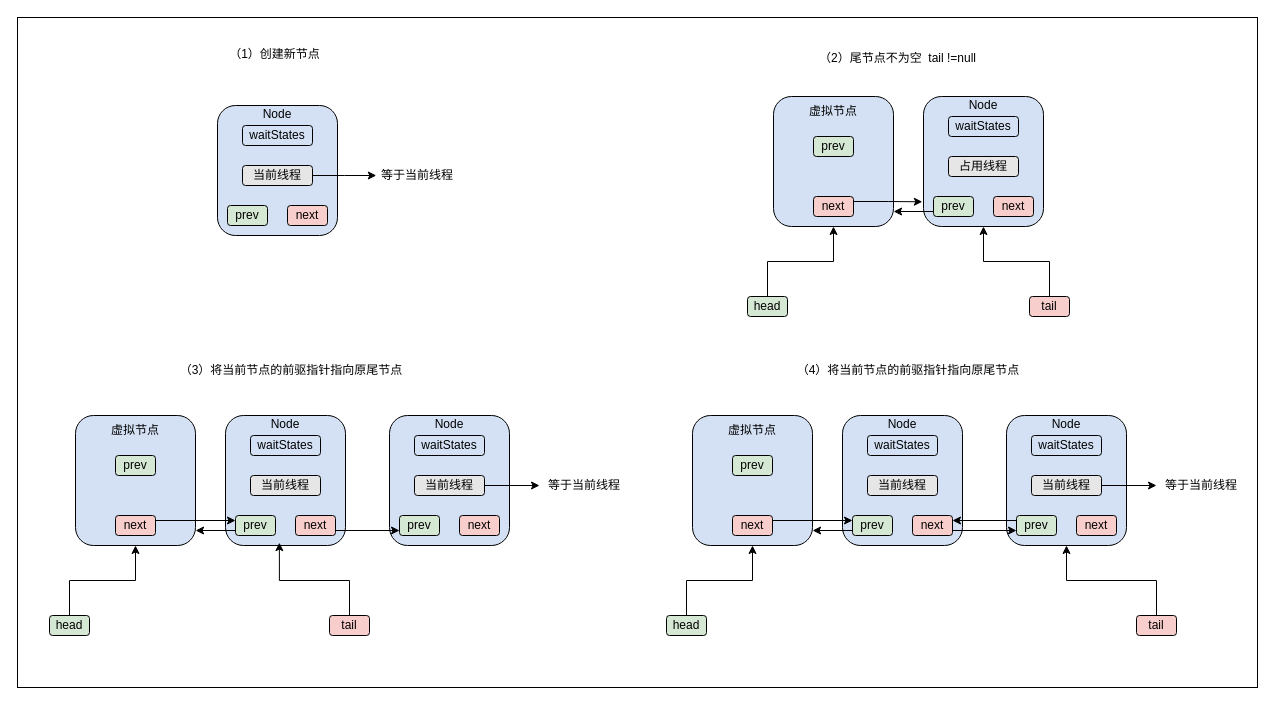
This is page "第 4 页" (4 of 4) of 卖场/reentrantlock.drawio from lxcy-kdz/draw, a draw.io file, before an edit. Source tidied: cells renumbered, new cells numbered last; positions are measured from the earlier drawing's top-left corner, leaving out a move shared by most shapes. Both pictures are drawn from the tidied source at 100%, with x=0, y=0 at pixel (17, 17).
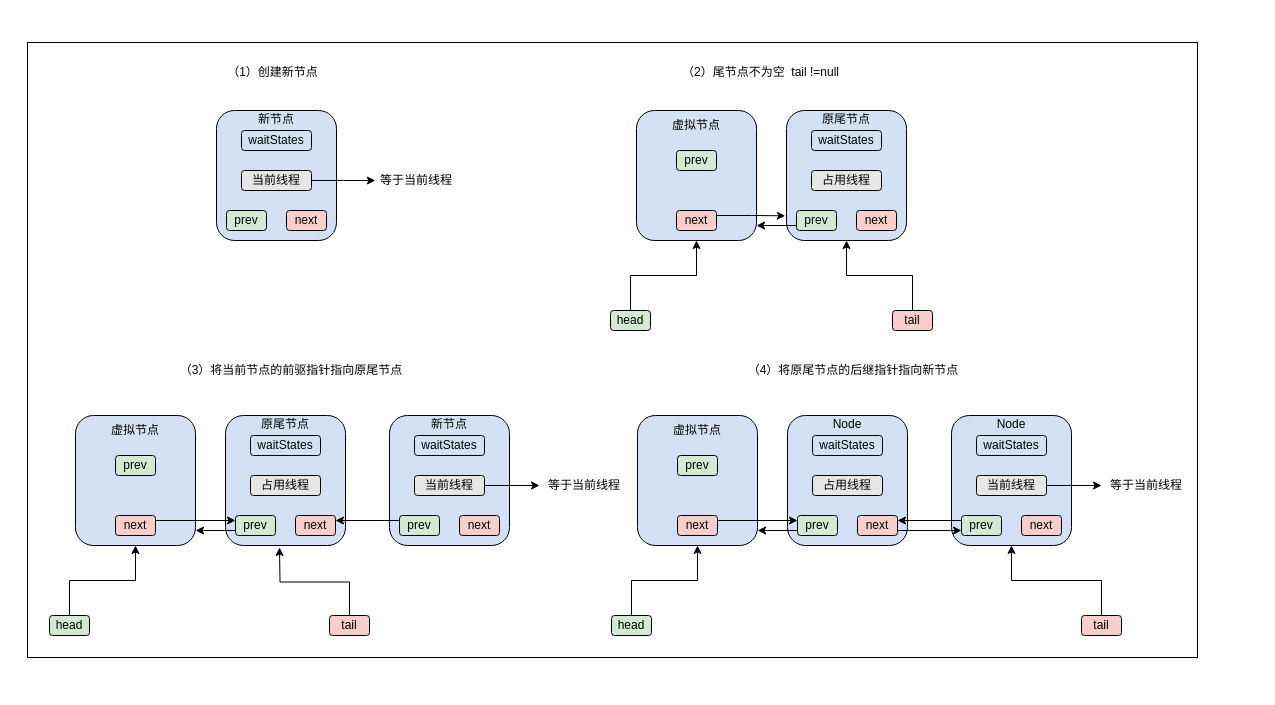
The same diagram, later.

Unchanged cells that the change refers to:
```xml
<mxCell id="23" style="rounded=1;whiteSpace=wrap;html=1;fillColor=#D4E1F5;" parent="1" vertex="1">
  <mxGeometry x="208" y="398" width="120" height="130" as="geometry" />
</mxCell>
<mxCell id="28" value="next" style="rounded=1;whiteSpace=wrap;html=1;fillColor=#F8CECC;" parent="1" vertex="1">
  <mxGeometry x="278" y="498" width="40" height="20" as="geometry" />
</mxCell>
<mxCell id="38" value="tail" style="rounded=1;whiteSpace=wrap;html=1;fillColor=#F8CECC;" parent="1" vertex="1">
  <mxGeometry x="312" y="598" width="40" height="20" as="geometry" />
</mxCell>
<mxCell id="51" value="prev" style="rounded=1;whiteSpace=wrap;html=1;fillColor=#D5E8D4;" parent="1" vertex="1">
  <mxGeometry x="382" y="498" width="40" height="20" as="geometry" />
</mxCell>
```

What changed in the source:
```diff
@@
-    <mxCell id="2" style="rounded=0;whiteSpace=wrap;html=1;" parent="1" vertex="1">
-      <mxGeometry width="1240" height="670" as="geometry" />
-    </mxCell>
+    <mxCell id="82" style="rounded=0;whiteSpace=wrap;html=1;" parent="1" vertex="1">
+      <mxGeometry x="10" y="25" width="1170" height="615" as="geometry" />
+    </mxCell>
@@
     <mxCell id="4" value="（1）创建新节点" style="text;html=1;align=center;verticalAlign=middle;whiteSpace=wrap;rounded=0;" parent="1" vertex="1">
-      <mxGeometry x="204" y="22" width="106.8" height="30" as="geometry" />
+      <mxGeometry x="202.2" y="40" width="106.8" height="30" as="geometry" />
     </mxCell>
     <mxCell id="5" value="（2）尾节点不为空&amp;nbsp; tail !=null" style="text;html=1;align=center;verticalAlign=middle;whiteSpace=wrap;rounded=0;" parent="1" vertex="1">
-      <mxGeometry x="731" y="26" width="299" height="30" as="geometry" />
+      <mxGeometry x="594" y="40" width="299" height="30" as="geometry" />
     </mxCell>
     <mxCell id="6" style="rounded=1;whiteSpace=wrap;html=1;fillColor=#D4E1F5;" parent="1" vertex="1">
-      <mxGeometry x="906" y="79" width="120" height="130" as="geometry" />
+      <mxGeometry x="769" y="93" width="120" height="130" as="geometry" />
     </mxCell>
     <mxCell id="7" value="waitStates" style="rounded=1;whiteSpace=wrap;html=1;fillColor=#D4E1F5;" parent="1" vertex="1">
-      <mxGeometry x="931" y="99" width="70" height="20" as="geometry" />
+      <mxGeometry x="794" y="113" width="70" height="20" as="geometry" />
     </mxCell>
     <mxCell id="8" value="占用线程" style="rounded=1;whiteSpace=wrap;html=1;fillColor=#E6E6E6;" parent="1" vertex="1">
-      <mxGeometry x="931" y="139" width="70" height="20" as="geometry" />
+      <mxGeometry x="794" y="153" width="70" height="20" as="geometry" />
     </mxCell>
     <mxCell id="9" value="prev" style="rounded=1;whiteSpace=wrap;html=1;fillColor=#D5E8D4;" parent="1" vertex="1">
-      <mxGeometry x="916" y="179" width="40" height="20" as="geometry" />
+      <mxGeometry x="779" y="193" width="40" height="20" as="geometry" />
     </mxCell>
     <mxCell id="10" value="next" style="rounded=1;whiteSpace=wrap;html=1;fillColor=#F8CECC;" parent="1" vertex="1">
-      <mxGeometry x="976" y="179" width="40" height="20" as="geometry" />
+      <mxGeometry x="839" y="193" width="40" height="20" as="geometry" />
     </mxCell>
     <mxCell id="11" style="rounded=1;whiteSpace=wrap;html=1;fillColor=#D4E1F5;" parent="1" vertex="1">
-      <mxGeometry x="756" y="79" width="120" height="130" as="geometry" />
+      <mxGeometry x="619" y="93" width="120" height="130" as="geometry" />
     </mxCell>
     <mxCell id="12" value="prev" style="rounded=1;whiteSpace=wrap;html=1;fillColor=#D5E8D4;" parent="1" vertex="1">
-      <mxGeometry x="796" y="119" width="40" height="20" as="geometry" />
+      <mxGeometry x="659" y="133" width="40" height="20" as="geometry" />
     </mxCell>
     <mxCell id="13" value="next" style="rounded=1;whiteSpace=wrap;html=1;fillColor=#F8CECC;" parent="1" vertex="1">
-      <mxGeometry x="796" y="179" width="40" height="20" as="geometry" />
+      <mxGeometry x="659" y="193" width="40" height="20" as="geometry" />
     </mxCell>
     <mxCell id="14" value="虚拟节点" style="text;html=1;align=center;verticalAlign=middle;whiteSpace=wrap;rounded=0;" parent="1" vertex="1">
-      <mxGeometry x="786" y="79" width="60" height="30" as="geometry" />
+      <mxGeometry x="649" y="93" width="60" height="30" as="geometry" />
     </mxCell>
-    <mxCell id="15" value="Node" style="text;html=1;align=center;verticalAlign=middle;whiteSpace=wrap;rounded=0;" parent="1" vertex="1">
-      <mxGeometry x="936" y="73" width="60" height="30" as="geometry" />
+    <mxCell id="15" value="原尾节点" style="text;html=1;align=center;verticalAlign=middle;whiteSpace=wrap;rounded=0;" parent="1" vertex="1">
+      <mxGeometry x="799" y="87" width="60" height="30" as="geometry" />
     </mxCell>
@@
     <mxCell id="18" value="head" style="rounded=1;whiteSpace=wrap;html=1;fillColor=#D5E8D4;" parent="1" vertex="1">
-      <mxGeometry x="730" y="279" width="40" height="20" as="geometry" />
+      <mxGeometry x="593" y="293" width="40" height="20" as="geometry" />
     </mxCell>
@@
     <mxCell id="20" value="tail" style="rounded=1;whiteSpace=wrap;html=1;fillColor=#F8CECC;" parent="1" vertex="1">
-      <mxGeometry x="1012" y="279" width="40" height="20" as="geometry" />
+      <mxGeometry x="875" y="293" width="40" height="20" as="geometry" />
     </mxCell>
@@
-    <mxCell id="25" value="当前线程" style="rounded=1;whiteSpace=wrap;html=1;fillColor=#E6E6E6;" parent="1" vertex="1">
+    <mxCell id="25" value="占用线程" style="rounded=1;whiteSpace=wrap;html=1;fillColor=#E6E6E6;" parent="1" vertex="1">
       <mxGeometry x="233" y="458" width="70" height="20" as="geometry" />
     </mxCell>
@@
-    <mxCell id="27" style="edgeStyle=orthogonalEdgeStyle;rounded=0;jettySize=auto;html=1;exitX=1;exitY=0.75;exitDx=0;exitDy=0;entryX=0;entryY=0.75;entryDx=0;entryDy=0;" parent="1" edge="1" source="28" target="51">
-      <mxGeometry relative="1" as="geometry" />
-    </mxCell>
@@
-    <mxCell id="34" value="Node" style="text;html=1;align=center;verticalAlign=middle;whiteSpace=wrap;rounded=0;" parent="1" vertex="1">
+    <mxCell id="34" value="原尾节点" style="text;html=1;align=center;verticalAlign=middle;whiteSpace=wrap;rounded=0;" parent="1" vertex="1">
       <mxGeometry x="238" y="392" width="60" height="30" as="geometry" />
     </mxCell>
@@
-    <mxCell id="39" style="rounded=0;jettySize=auto;html=1;exitX=0.5;exitY=0;exitDx=0;exitDy=0;entryX=0.449;entryY=0.978;entryDx=0;entryDy=0;entryPerimeter=0;edgeStyle=orthogonalEdgeStyle;" parent="1" edge="1" source="38" target="23">
-      <mxGeometry relative="1" as="geometry" />
+    <mxCell id="39" style="rounded=0;jettySize=auto;html=1;exitX=0.5;exitY=0;exitDx=0;exitDy=0;edgeStyle=orthogonalEdgeStyle;" parent="1" edge="1" source="38">
+      <mxGeometry relative="1" as="geometry">
+        <mxPoint x="262" y="530" as="targetPoint" />
+      </mxGeometry>
     </mxCell>
     <mxCell id="40" style="rounded=1;whiteSpace=wrap;html=1;fillColor=#D4E1F5;" parent="1" vertex="1">
-      <mxGeometry x="200" y="88" width="120" height="130" as="geometry" />
+      <mxGeometry x="199" y="93" width="120" height="130" as="geometry" />
     </mxCell>
     <mxCell id="41" value="waitStates" style="rounded=1;whiteSpace=wrap;html=1;fillColor=#D4E1F5;" parent="1" vertex="1">
-      <mxGeometry x="225" y="108" width="70" height="20" as="geometry" />
+      <mxGeometry x="224" y="113" width="70" height="20" as="geometry" />
     </mxCell>
     <mxCell id="42" style="edgeStyle=orthogonalEdgeStyle;rounded=0;jettySize=auto;html=1;exitX=1;exitY=0.5;exitDx=0;exitDy=0;" parent="1" edge="1" source="43">
       <mxGeometry relative="1" as="geometry">
-        <mxPoint x="358.8" y="158" as="targetPoint" />
+        <mxPoint x="357.8" y="163" as="targetPoint" />
       </mxGeometry>
     </mxCell>
     <mxCell id="43" value="当前线程" style="rounded=1;whiteSpace=wrap;html=1;fillColor=#E6E6E6;" parent="1" vertex="1">
-      <mxGeometry x="225" y="148" width="70" height="20" as="geometry" />
+      <mxGeometry x="224" y="153" width="70" height="20" as="geometry" />
     </mxCell>
     <mxCell id="44" value="prev" style="rounded=1;whiteSpace=wrap;html=1;fillColor=#D5E8D4;" parent="1" vertex="1">
-      <mxGeometry x="210" y="188" width="40" height="20" as="geometry" />
+      <mxGeometry x="209" y="193" width="40" height="20" as="geometry" />
     </mxCell>
     <mxCell id="45" value="next" style="rounded=1;whiteSpace=wrap;html=1;fillColor=#F8CECC;" parent="1" vertex="1">
-      <mxGeometry x="270" y="188" width="40" height="20" as="geometry" />
+      <mxGeometry x="269" y="193" width="40" height="20" as="geometry" />
     </mxCell>
-    <mxCell id="46" value="Node" style="text;html=1;align=center;verticalAlign=middle;whiteSpace=wrap;rounded=0;" parent="1" vertex="1">
-      <mxGeometry x="230" y="82" width="60" height="30" as="geometry" />
+    <mxCell id="46" value="新节点" style="text;html=1;align=center;verticalAlign=middle;whiteSpace=wrap;rounded=0;" parent="1" vertex="1">
+      <mxGeometry x="229" y="87" width="60" height="30" as="geometry" />
     </mxCell>
     <mxCell id="47" value="等于当前线程" style="text;html=1;align=center;verticalAlign=middle;whiteSpace=wrap;rounded=0;" parent="1" vertex="1">
-      <mxGeometry x="359.8" y="143" width="80" height="30" as="geometry" />
+      <mxGeometry x="358.8" y="148" width="80" height="30" as="geometry" />
     </mxCell>
@@
+    <mxCell id="83" style="edgeStyle=orthogonalEdgeStyle;rounded=0;jettySize=auto;html=1;exitX=0;exitY=0.25;exitDx=0;exitDy=0;entryX=1;entryY=0.25;entryDx=0;entryDy=0;" parent="1" edge="1" source="51" target="28">
+      <mxGeometry relative="1" as="geometry" />
+    </mxCell>
@@
-    <mxCell id="53" value="Node" style="text;html=1;align=center;verticalAlign=middle;whiteSpace=wrap;rounded=0;" parent="1" vertex="1">
+    <mxCell id="53" value="新节点" style="text;html=1;align=center;verticalAlign=middle;whiteSpace=wrap;rounded=0;" parent="1" vertex="1">
       <mxGeometry x="402" y="392" width="60" height="30" as="geometry" />
     </mxCell>
@@
     <mxCell id="55" style="rounded=1;whiteSpace=wrap;html=1;fillColor=#D4E1F5;" parent="1" vertex="1">
-      <mxGeometry x="989" y="398" width="120" height="130" as="geometry" />
+      <mxGeometry x="934" y="398" width="120" height="130" as="geometry" />
     </mxCell>
-    <mxCell id="56" value="（4）将当前节点的前驱指针指向原尾节点" style="text;html=1;align=center;verticalAlign=middle;whiteSpace=wrap;rounded=0;" parent="1" vertex="1">
-      <mxGeometry x="774" y="338" width="234" height="30" as="geometry" />
+    <mxCell id="56" value="（4）将原尾节点的后继指针指向新节点" style="text;html=1;align=center;verticalAlign=middle;whiteSpace=wrap;rounded=0;" parent="1" vertex="1">
+      <mxGeometry x="719" y="338" width="234" height="30" as="geometry" />
     </mxCell>
     <mxCell id="57" style="rounded=1;whiteSpace=wrap;html=1;fillColor=#D4E1F5;" parent="1" vertex="1">
-      <mxGeometry x="825" y="398" width="120" height="130" as="geometry" />
+      <mxGeometry x="770" y="398" width="120" height="130" as="geometry" />
     </mxCell>
     <mxCell id="58" value="waitStates" style="rounded=1;whiteSpace=wrap;html=1;fillColor=#D4E1F5;" parent="1" vertex="1">
-      <mxGeometry x="850" y="418" width="70" height="20" as="geometry" />
+      <mxGeometry x="795" y="418" width="70" height="20" as="geometry" />
     </mxCell>
-    <mxCell id="59" value="当前线程" style="rounded=1;whiteSpace=wrap;html=1;fillColor=#E6E6E6;" parent="1" vertex="1">
-      <mxGeometry x="850" y="458" width="70" height="20" as="geometry" />
+    <mxCell id="59" value="占用线程" style="rounded=1;whiteSpace=wrap;html=1;fillColor=#E6E6E6;" parent="1" vertex="1">
+      <mxGeometry x="795" y="458" width="70" height="20" as="geometry" />
     </mxCell>
     <mxCell id="60" value="prev" style="rounded=1;whiteSpace=wrap;html=1;fillColor=#D5E8D4;" parent="1" vertex="1">
-      <mxGeometry x="835" y="498" width="40" height="20" as="geometry" />
+      <mxGeometry x="780" y="498" width="40" height="20" as="geometry" />
     </mxCell>
@@
     <mxCell id="62" value="next" style="rounded=1;whiteSpace=wrap;html=1;fillColor=#F8CECC;" parent="1" vertex="1">
-      <mxGeometry x="895" y="498" width="40" height="20" as="geometry" />
+      <mxGeometry x="840" y="498" width="40" height="20" as="geometry" />
     </mxCell>
     <mxCell id="63" style="rounded=1;whiteSpace=wrap;html=1;fillColor=#D4E1F5;" parent="1" vertex="1">
-      <mxGeometry x="675" y="398" width="120" height="130" as="geometry" />
+      <mxGeometry x="620" y="398" width="120" height="130" as="geometry" />
     </mxCell>
     <mxCell id="64" value="prev" style="rounded=1;whiteSpace=wrap;html=1;fillColor=#D5E8D4;" parent="1" vertex="1">
-      <mxGeometry x="715" y="438" width="40" height="20" as="geometry" />
+      <mxGeometry x="660" y="438" width="40" height="20" as="geometry" />
     </mxCell>
@@
     <mxCell id="66" value="next" style="rounded=1;whiteSpace=wrap;html=1;fillColor=#F8CECC;" parent="1" vertex="1">
-      <mxGeometry x="715" y="498" width="40" height="20" as="geometry" />
+      <mxGeometry x="660" y="498" width="40" height="20" as="geometry" />
     </mxCell>
     <mxCell id="67" value="虚拟节点" style="text;html=1;align=center;verticalAlign=middle;whiteSpace=wrap;rounded=0;" parent="1" vertex="1">
-      <mxGeometry x="705" y="398" width="60" height="30" as="geometry" />
+      <mxGeometry x="650" y="398" width="60" height="30" as="geometry" />
     </mxCell>
     <mxCell id="68" value="Node" style="text;html=1;align=center;verticalAlign=middle;whiteSpace=wrap;rounded=0;" parent="1" vertex="1">
-      <mxGeometry x="855" y="392" width="60" height="30" as="geometry" />
+      <mxGeometry x="800" y="392" width="60" height="30" as="geometry" />
     </mxCell>
@@
     <mxCell id="71" value="head" style="rounded=1;whiteSpace=wrap;html=1;fillColor=#D5E8D4;" parent="1" vertex="1">
-      <mxGeometry x="649" y="598" width="40" height="20" as="geometry" />
+      <mxGeometry x="594" y="598" width="40" height="20" as="geometry" />
     </mxCell>
     <mxCell id="72" value="tail" style="rounded=1;whiteSpace=wrap;html=1;fillColor=#F8CECC;" parent="1" vertex="1">
-      <mxGeometry x="1119" y="598" width="40" height="20" as="geometry" />
+      <mxGeometry x="1064" y="598" width="40" height="20" as="geometry" />
     </mxCell>
@@
     <mxCell id="74" value="waitStates" style="rounded=1;whiteSpace=wrap;html=1;fillColor=#D4E1F5;" parent="1" vertex="1">
-      <mxGeometry x="1014" y="418" width="70" height="20" as="geometry" />
+      <mxGeometry x="959" y="418" width="70" height="20" as="geometry" />
     </mxCell>
     <mxCell id="75" style="edgeStyle=orthogonalEdgeStyle;rounded=0;jettySize=auto;html=1;exitX=1;exitY=0.5;exitDx=0;exitDy=0;" parent="1" edge="1" source="76">
       <mxGeometry relative="1" as="geometry">
-        <mxPoint x="1139" y="468" as="targetPoint" />
+        <mxPoint x="1084" y="468" as="targetPoint" />
       </mxGeometry>
     </mxCell>
     <mxCell id="76" value="当前线程" style="rounded=1;whiteSpace=wrap;html=1;fillColor=#E6E6E6;" parent="1" vertex="1">
-      <mxGeometry x="1014" y="458" width="70" height="20" as="geometry" />
+      <mxGeometry x="959" y="458" width="70" height="20" as="geometry" />
     </mxCell>
@@
     <mxCell id="78" value="prev" style="rounded=1;whiteSpace=wrap;html=1;fillColor=#D5E8D4;" parent="1" vertex="1">
-      <mxGeometry x="999" y="498" width="40" height="20" as="geometry" />
+      <mxGeometry x="944" y="498" width="40" height="20" as="geometry" />
     </mxCell>
     <mxCell id="79" value="next" style="rounded=1;whiteSpace=wrap;html=1;fillColor=#F8CECC;" parent="1" vertex="1">
-      <mxGeometry x="1059" y="498" width="40" height="20" as="geometry" />
+      <mxGeometry x="1004" y="498" width="40" height="20" as="geometry" />
     </mxCell>
     <mxCell id="80" value="Node" style="text;html=1;align=center;verticalAlign=middle;whiteSpace=wrap;rounded=0;" parent="1" vertex="1">
-      <mxGeometry x="1019" y="392" width="60" height="30" as="geometry" />
+      <mxGeometry x="964" y="392" width="60" height="30" as="geometry" />
     </mxCell>
     <mxCell id="81" value="等于当前线程" style="text;html=1;align=center;verticalAlign=middle;whiteSpace=wrap;rounded=0;" parent="1" vertex="1">
-      <mxGeometry x="1139" y="453" width="90" height="30" as="geometry" />
+      <mxGeometry x="1084" y="453" width="90" height="30" as="geometry" />
     </mxCell>
```
